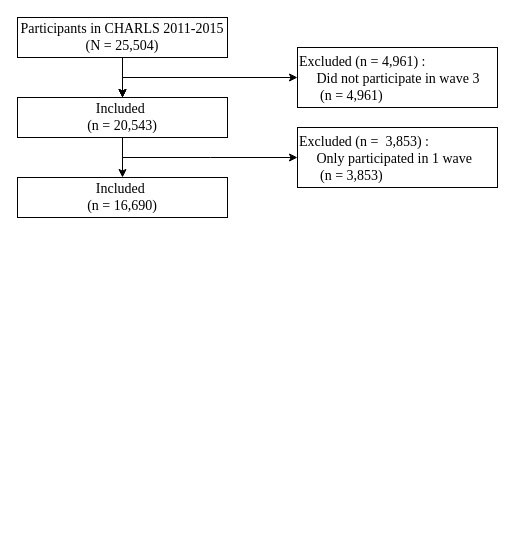
HaibinLi0817/Course-Project1 keeps this draw.io diagram as Childhood Neighborhood Quality.drawio. Above is the earlier version. Source tidied: cells renumbered, new cells numbered last; positions are measured from the earlier drawing's top-left corner, leaving out a move shared by most shapes. Both pictures are drawn from the tidied source at 100%, with x=0, y=0 at pixel (17, 17).
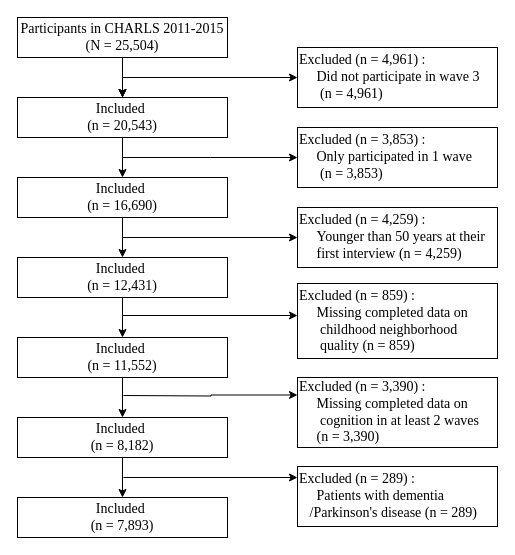
Above is the later version.

The change refers to these unchanged cells:
```xml
<mxCell id="10" value="Included&amp;nbsp;&lt;br style=&quot;font-size: 14px&quot;&gt;(n = 16,690)" style="rounded=0;whiteSpace=wrap;html=1;fontSize=14;fontFamily=Times New Roman;" parent="1" vertex="1">
  <mxGeometry y="160" width="210" height="40" as="geometry" />
</mxCell>
```

What changed in the source:
```diff
@@
-    <mxCell id="8" value="&lt;span&gt;Excluded&amp;nbsp;(n = 4,961) :&lt;/span&gt;&lt;br&gt;&lt;span&gt;&amp;nbsp; &amp;nbsp; &amp;nbsp;Did not participate in wave 3&lt;br&gt;&lt;/span&gt;&amp;nbsp; &amp;nbsp; &amp;nbsp; (n = 4,961)&lt;br&gt;" style="rounded=0;whiteSpace=wrap;html=1;fontSize=14;fontFamily=Times New Roman;align=left;verticalAlign=top;horizontal=1;" parent="1" vertex="1">
+    <mxCell id="8" value="&lt;span&gt;Excluded&amp;nbsp;(n = 4,961) :&lt;/span&gt;&lt;br&gt;&lt;span&gt;&amp;nbsp; &amp;nbsp; &amp;nbsp;Did not participate in wave 3&lt;br&gt;&lt;/span&gt;&amp;nbsp; &amp;nbsp; &amp;nbsp; (n = 4,961)&lt;br&gt;" style="rounded=0;whiteSpace=wrap;html=1;fontSize=14;fontFamily=Times New Roman;align=left;verticalAlign=middle;horizontal=1;" parent="1" vertex="1">
       <mxGeometry x="280" y="30" width="200" height="60" as="geometry" />
     </mxCell>
@@
-    <mxCell id="12" value="&lt;span&gt;Excluded&amp;nbsp;(n =&amp;nbsp; 3,853) :&lt;/span&gt;&lt;br&gt;&lt;span&gt;&amp;nbsp; &amp;nbsp; &amp;nbsp;Only participated in 1 wave&amp;nbsp;&lt;br&gt;&lt;/span&gt;&amp;nbsp; &amp;nbsp; &amp;nbsp; (n = 3,853)&lt;br&gt;" style="rounded=0;whiteSpace=wrap;html=1;fontSize=14;fontFamily=Times New Roman;align=left;verticalAlign=top;horizontal=1;" parent="1" vertex="1">
+    <mxCell id="12" value="&lt;span&gt;Excluded&amp;nbsp;(n = 3,853) :&lt;/span&gt;&lt;br&gt;&lt;span&gt;&amp;nbsp; &amp;nbsp; &amp;nbsp;Only participated in 1 wave&amp;nbsp;&lt;br&gt;&lt;/span&gt;&amp;nbsp; &amp;nbsp; &amp;nbsp; (n = 3,853)&lt;br&gt;" style="rounded=0;whiteSpace=wrap;html=1;fontSize=14;fontFamily=Times New Roman;align=left;verticalAlign=middle;horizontal=1;" parent="1" vertex="1">
       <mxGeometry x="280" y="110" width="200" height="60" as="geometry" />
     </mxCell>
+    <mxCell id="13" style="edgeStyle=orthogonalEdgeStyle;rounded=0;jettySize=auto;html=1;exitX=0.5;exitY=0;exitDx=0;exitDy=0;entryX=0.5;entryY=1;entryDx=0;entryDy=0;startArrow=classic;startFill=1;endArrow=none;endFill=0;fontFamily=Times New Roman;fontSize=14;" parent="1" edge="1" source="14" target="10">
+      <mxGeometry relative="1" as="geometry" />
+    </mxCell>
+    <mxCell id="14" value="Included&amp;nbsp;&lt;br style=&quot;font-size: 14px&quot;&gt;(n = 12,431)" style="rounded=0;whiteSpace=wrap;html=1;fontSize=14;fontFamily=Times New Roman;" parent="1" vertex="1">
+      <mxGeometry y="240" width="210" height="40" as="geometry" />
+    </mxCell>
+    <mxCell id="15" style="edgeStyle=orthogonalEdgeStyle;rounded=0;orthogonalLoop=1;jettySize=auto;html=1;startArrow=classic;startFill=1;endArrow=none;endFill=0;fontFamily=Times New Roman;fontSize=14;" parent="1" edge="1">
+      <mxGeometry relative="1" as="geometry">
+        <mxPoint x="280" y="220" as="sourcePoint" />
+        <mxPoint x="105" y="220" as="targetPoint" />
+      </mxGeometry>
+    </mxCell>
+    <mxCell id="16" value="&lt;span&gt;Excluded&amp;nbsp;(n = 4,259) :&lt;/span&gt;&lt;br&gt;&lt;span&gt;&amp;nbsp; &amp;nbsp; &amp;nbsp;Younger than 50 years at their&amp;nbsp;&lt;br&gt;&amp;nbsp; &amp;nbsp; &amp;nbsp;first interview&amp;nbsp;&lt;/span&gt;(n = 4,259)&lt;br&gt;" style="rounded=0;whiteSpace=wrap;html=1;fontSize=14;fontFamily=Times New Roman;align=left;verticalAlign=middle;horizontal=1;" parent="1" vertex="1">
+      <mxGeometry x="280" y="190" width="200" height="60" as="geometry" />
+    </mxCell>
+    <mxCell id="17" style="edgeStyle=orthogonalEdgeStyle;rounded=0;jettySize=auto;html=1;exitX=0.5;exitY=0;exitDx=0;exitDy=0;entryX=0.5;entryY=1;entryDx=0;entryDy=0;startArrow=classic;startFill=1;endArrow=none;endFill=0;fontFamily=Times New Roman;fontSize=14;" parent="1" edge="1" source="18" target="14">
+      <mxGeometry relative="1" as="geometry" />
+    </mxCell>
+    <mxCell id="18" value="Included&amp;nbsp;&lt;br style=&quot;font-size: 14px&quot;&gt;(n = 11,552)" style="rounded=0;whiteSpace=wrap;html=1;fontSize=14;fontFamily=Times New Roman;" parent="1" vertex="1">
+      <mxGeometry y="320" width="210" height="40" as="geometry" />
+    </mxCell>
+    <mxCell id="19" style="edgeStyle=orthogonalEdgeStyle;rounded=0;orthogonalLoop=1;jettySize=auto;html=1;startArrow=classic;startFill=1;endArrow=none;endFill=0;fontFamily=Times New Roman;fontSize=14;" parent="1" edge="1">
+      <mxGeometry relative="1" as="geometry">
+        <mxPoint x="280" y="298" as="sourcePoint" />
+        <mxPoint x="105" y="298" as="targetPoint" />
+      </mxGeometry>
+    </mxCell>
+    <mxCell id="20" value="&lt;span&gt;Excluded&amp;nbsp;(n = 859) :&lt;/span&gt;&lt;br&gt;&lt;span&gt;&amp;nbsp; &amp;nbsp; &amp;nbsp;Missing completed&amp;nbsp;data on&amp;nbsp; &amp;nbsp; &amp;nbsp; &amp;nbsp; &amp;nbsp; &amp;nbsp; &amp;nbsp; childhood neighborhood&amp;nbsp; &amp;nbsp; &amp;nbsp; &amp;nbsp; &amp;nbsp; &amp;nbsp; &amp;nbsp; &amp;nbsp; &amp;nbsp; quality&lt;/span&gt;&amp;nbsp;(n = 859)&lt;br&gt;" style="rounded=0;whiteSpace=wrap;html=1;fontSize=14;fontFamily=Times New Roman;align=left;verticalAlign=middle;horizontal=1;" parent="1" vertex="1">
+      <mxGeometry x="280" y="266" width="200" height="75" as="geometry" />
+    </mxCell>
+    <mxCell id="21" style="edgeStyle=orthogonalEdgeStyle;rounded=0;jettySize=auto;html=1;exitX=0.5;exitY=0;exitDx=0;exitDy=0;entryX=0.5;entryY=1;entryDx=0;entryDy=0;startArrow=classic;startFill=1;endArrow=none;endFill=0;fontFamily=Times New Roman;fontSize=14;" parent="1" edge="1" source="22" target="18">
+      <mxGeometry relative="1" as="geometry" />
+    </mxCell>
+    <mxCell id="22" value="Included&amp;nbsp;&lt;br style=&quot;font-size: 14px&quot;&gt;(n = 8,182)" style="rounded=0;whiteSpace=wrap;html=1;fontSize=14;fontFamily=Times New Roman;" parent="1" vertex="1">
+      <mxGeometry y="400" width="210" height="40" as="geometry" />
+    </mxCell>
+    <mxCell id="23" style="edgeStyle=orthogonalEdgeStyle;rounded=0;jettySize=auto;html=1;startArrow=classic;startFill=1;endArrow=none;endFill=0;fontFamily=Times New Roman;fontSize=14;exitX=0;exitY=0.25;exitDx=0;exitDy=0;" parent="1" edge="1" source="24">
+      <mxGeometry relative="1" as="geometry">
+        <mxPoint x="106" y="378" as="targetPoint" />
+      </mxGeometry>
+    </mxCell>
+    <mxCell id="24" value="&lt;span&gt;Excluded&amp;nbsp;(n = 3,390) :&lt;/span&gt;&lt;br&gt;&amp;nbsp; &amp;nbsp; &amp;nbsp;Missing completed&amp;nbsp;data on&amp;nbsp; &amp;nbsp; &amp;nbsp; &amp;nbsp; &amp;nbsp; &amp;nbsp; &amp;nbsp; cognition in at least 2 waves&lt;span&gt;&lt;br&gt;&amp;nbsp; &amp;nbsp; &amp;nbsp;&lt;/span&gt;(n = 3,390)&lt;br&gt;" style="rounded=0;whiteSpace=wrap;html=1;fontSize=14;fontFamily=Times New Roman;align=left;verticalAlign=middle;horizontal=1;" parent="1" vertex="1">
+      <mxGeometry x="280" y="360" width="200" height="70" as="geometry" />
+    </mxCell>
+    <mxCell id="25" style="edgeStyle=orthogonalEdgeStyle;rounded=0;jettySize=auto;html=1;exitX=0.5;exitY=0;exitDx=0;exitDy=0;entryX=0.5;entryY=1;entryDx=0;entryDy=0;startArrow=classic;startFill=1;endArrow=none;endFill=0;fontFamily=Times New Roman;fontSize=14;" parent="1" edge="1" source="26" target="22">
+      <mxGeometry relative="1" as="geometry" />
+    </mxCell>
+    <mxCell id="26" value="Included&amp;nbsp;&lt;br style=&quot;font-size: 14px&quot;&gt;(n = 7,893)" style="rounded=0;whiteSpace=wrap;html=1;fontSize=14;fontFamily=Times New Roman;" parent="1" vertex="1">
+      <mxGeometry y="480" width="210" height="40" as="geometry" />
+    </mxCell>
+    <mxCell id="27" style="edgeStyle=orthogonalEdgeStyle;rounded=0;orthogonalLoop=1;jettySize=auto;html=1;startArrow=classic;startFill=1;endArrow=none;endFill=0;fontFamily=Times New Roman;fontSize=14;" parent="1" edge="1">
+      <mxGeometry relative="1" as="geometry">
+        <mxPoint x="280" y="460" as="sourcePoint" />
+        <mxPoint x="106" y="460" as="targetPoint" />
+      </mxGeometry>
+    </mxCell>
+    <mxCell id="28" value="&lt;span&gt;Excluded&amp;nbsp;(n = 289) :&lt;/span&gt;&lt;br&gt;&lt;span&gt;&amp;nbsp; &amp;nbsp; &amp;nbsp;Patients with&amp;nbsp;&lt;/span&gt;&lt;span&gt;&lt;span&gt;&lt;a&gt;dementia&amp;nbsp; &amp;nbsp; &amp;nbsp; &amp;nbsp; &amp;nbsp; &amp;nbsp; &amp;nbsp; &amp;nbsp; &amp;nbsp; &amp;nbsp;/&lt;/a&gt;&lt;/span&gt;&lt;/span&gt;&lt;span&gt;&lt;span&gt;&lt;a&gt;Parkinson's&amp;nbsp;&lt;/a&gt;&lt;a&gt;disease&amp;nbsp;&lt;/a&gt;&lt;/span&gt;&lt;/span&gt;(n = 289)&lt;br&gt;" style="rounded=0;whiteSpace=wrap;html=1;fontSize=14;fontFamily=Times New Roman;align=left;verticalAlign=middle;horizontal=1;" parent="1" vertex="1">
+      <mxGeometry x="280" y="449" width="200" height="60" as="geometry" />
+    </mxCell>
```
